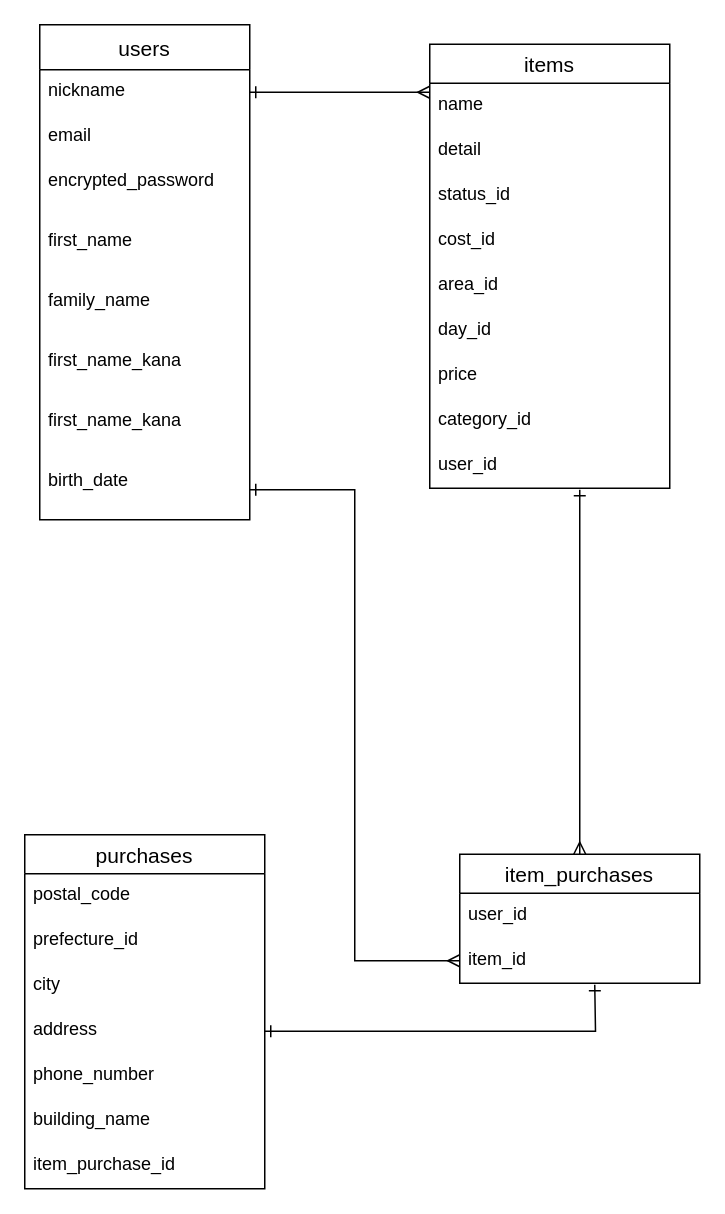
This is furima.dio from ikinobu0629/furima-31702, a draw.io file, before an edit. Source tidied: cells renumbered, new cells numbered last; positions are measured from the earlier drawing's top-left corner, leaving out a move shared by most shapes. Both pictures are drawn from the tidied source at 150%, with x=0, y=0 at pixel (24, 24).
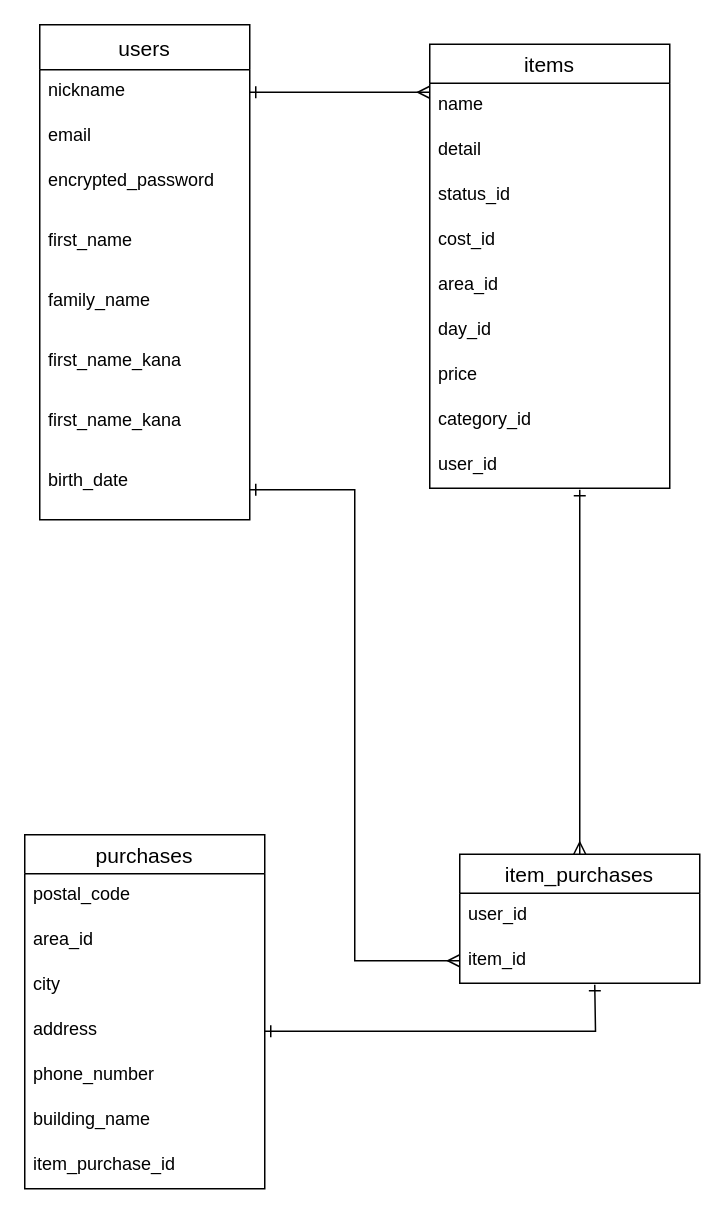
The same diagram, later.

The change refers to these unchanged cells:
```xml
<mxCell id="12" value="purchases" style="swimlane;fontStyle=0;horizontal=1;startSize=26;align=center;fontSize=14;" parent="1" vertex="1">
  <mxGeometry y="540" width="160" height="236" as="geometry" />
</mxCell>
```

What changed in the source:
```diff
@@
-    <mxCell id="14" value="prefecture_id" style="text;strokeColor=none;fillColor=none;spacingLeft=4;spacingRight=4;overflow=hidden;fontSize=12;" parent="12" vertex="1">
+    <mxCell id="14" value="area_id" style="text;strokeColor=none;fillColor=none;spacingLeft=4;spacingRight=4;overflow=hidden;fontSize=12;" parent="12" vertex="1">
       <mxGeometry y="56" width="160" height="30" as="geometry" />
     </mxCell>
```
